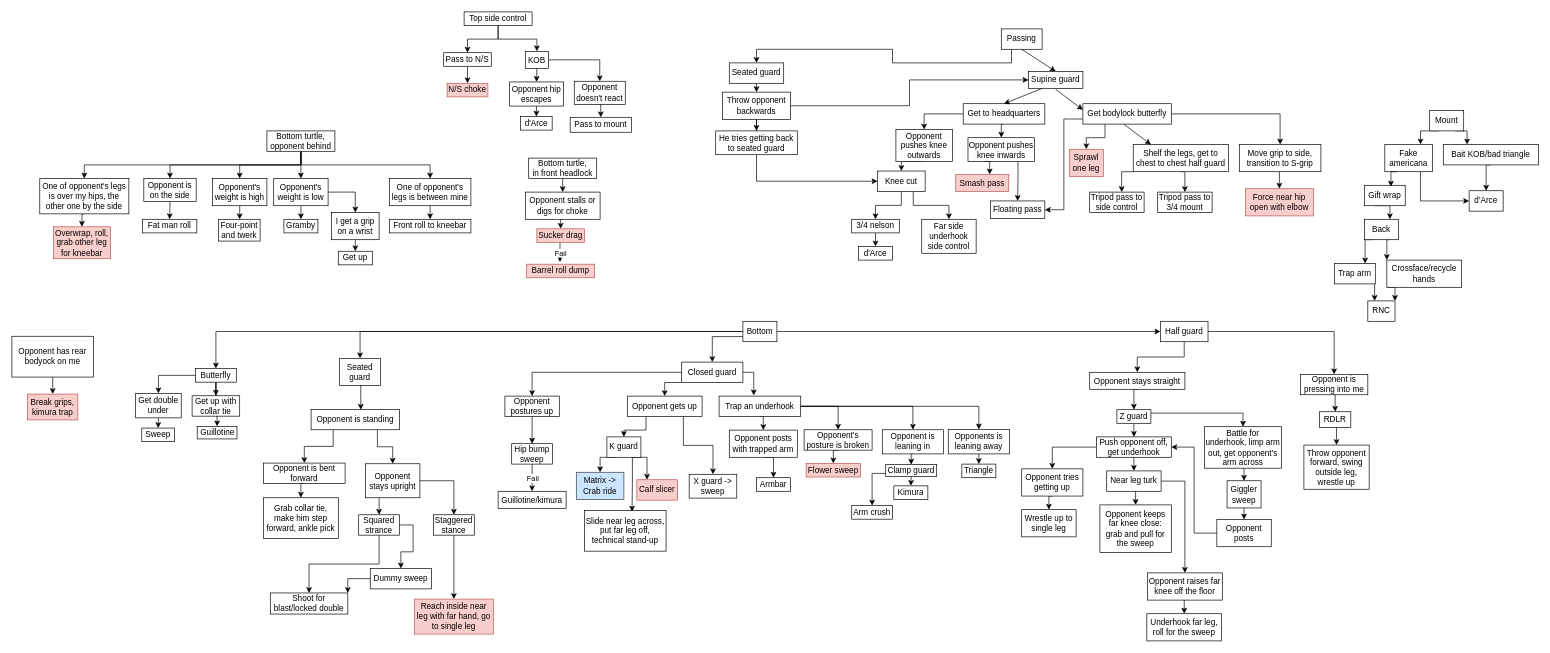
Before: JJB.drawio in Bertrand31/BJJ-flowchart, a draw.io diagram. Source tidied: cells renumbered, new cells numbered last; positions are measured from the earlier drawing's top-left corner, leaving out a move shared by most shapes. Both pictures are drawn from the tidied source at 68%, with x=0, y=0 at pixel (12, 12).
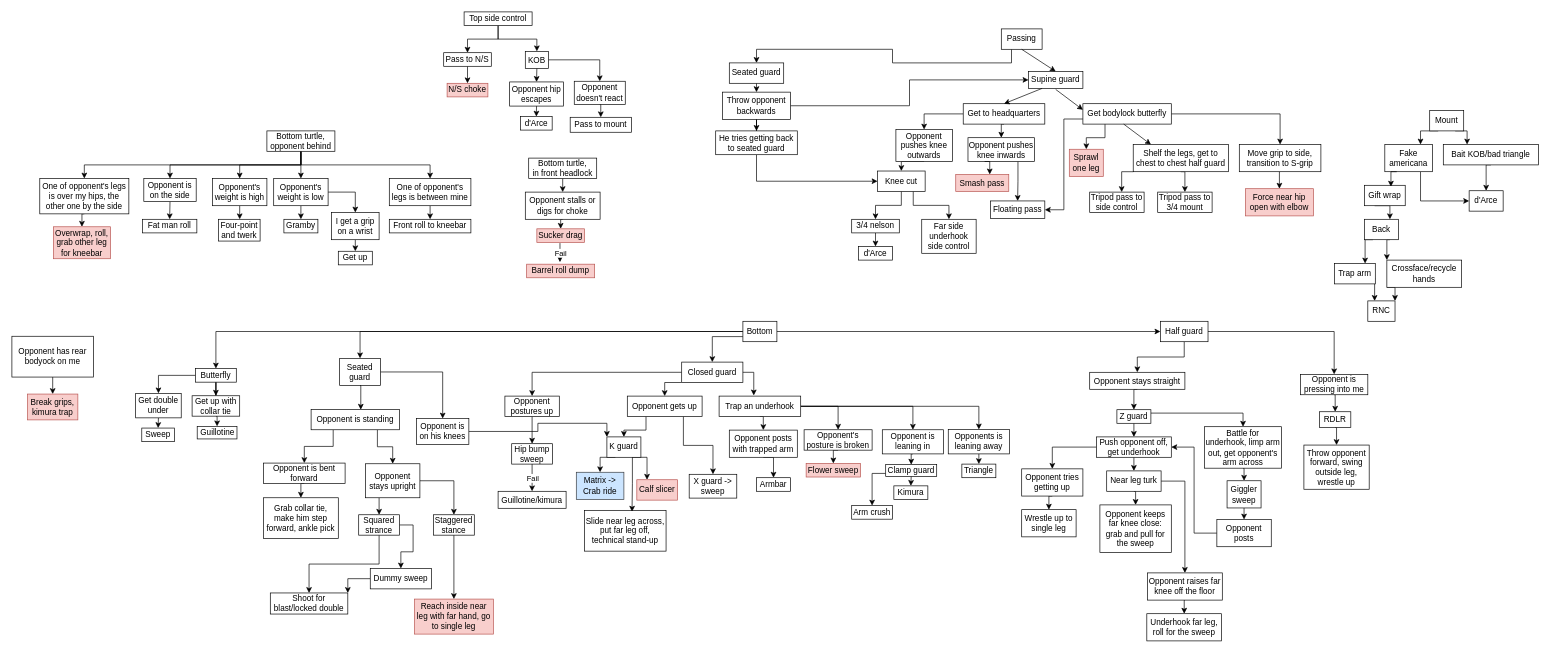
The same diagram, later.

Commit message:
Add k-guard entry

Unchanged cells that the change refers to:
```xml
<mxCell id="62" value="K guard" style="whiteSpace=wrap;html=1;" parent="1" vertex="1">
  <mxGeometry x="875" y="625" width="50" height="30" as="geometry" />
</mxCell>
<mxCell id="96" value="Seated guard" style="whiteSpace=wrap;html=1;" parent="1" vertex="1">
  <mxGeometry x="482" y="509.5" width="60" height="40" as="geometry" />
</mxCell>
```

What changed in the source:
```diff
@@
+    <mxCell id="224" style="edgeStyle=orthogonalEdgeStyle;rounded=0;jettySize=auto;html=1;exitX=1;exitY=0.5;exitDx=0;exitDy=0;" parent="1" edge="1" source="96" target="226">
+      <mxGeometry relative="1" as="geometry" />
+    </mxCell>
@@
+    <mxCell id="225" style="edgeStyle=orthogonalEdgeStyle;rounded=0;jettySize=auto;html=1;exitX=1;exitY=0.5;exitDx=0;exitDy=0;entryX=0;entryY=0;entryDx=0;entryDy=0;" parent="1" edge="1" source="226" target="62">
+      <mxGeometry relative="1" as="geometry" />
+    </mxCell>
+    <mxCell id="226" value="Opponent is on his knees" style="whiteSpace=wrap;html=1;" parent="1" vertex="1">
+      <mxGeometry x="595" y="598" width="77" height="38" as="geometry" />
+    </mxCell>
```
